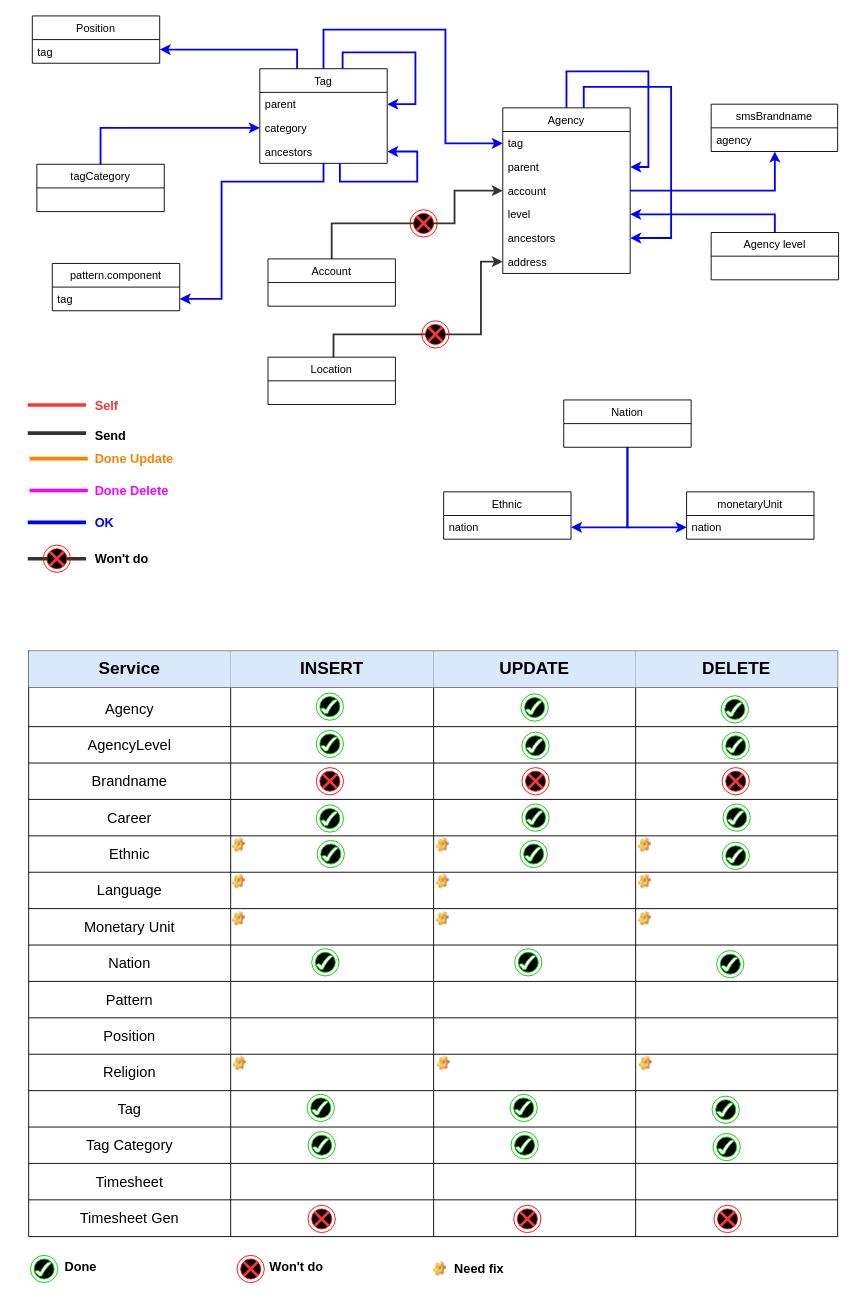
Before: directory.drawio in mitgaming/drawio, a draw.io diagram. Source tidied: cells renumbered, new cells numbered last; positions are measured from the earlier drawing's top-left corner, leaving out a move shared by most shapes. Both pictures are drawn from the tidied source at 91%, with x=0, y=0 at pixel (15, 15).
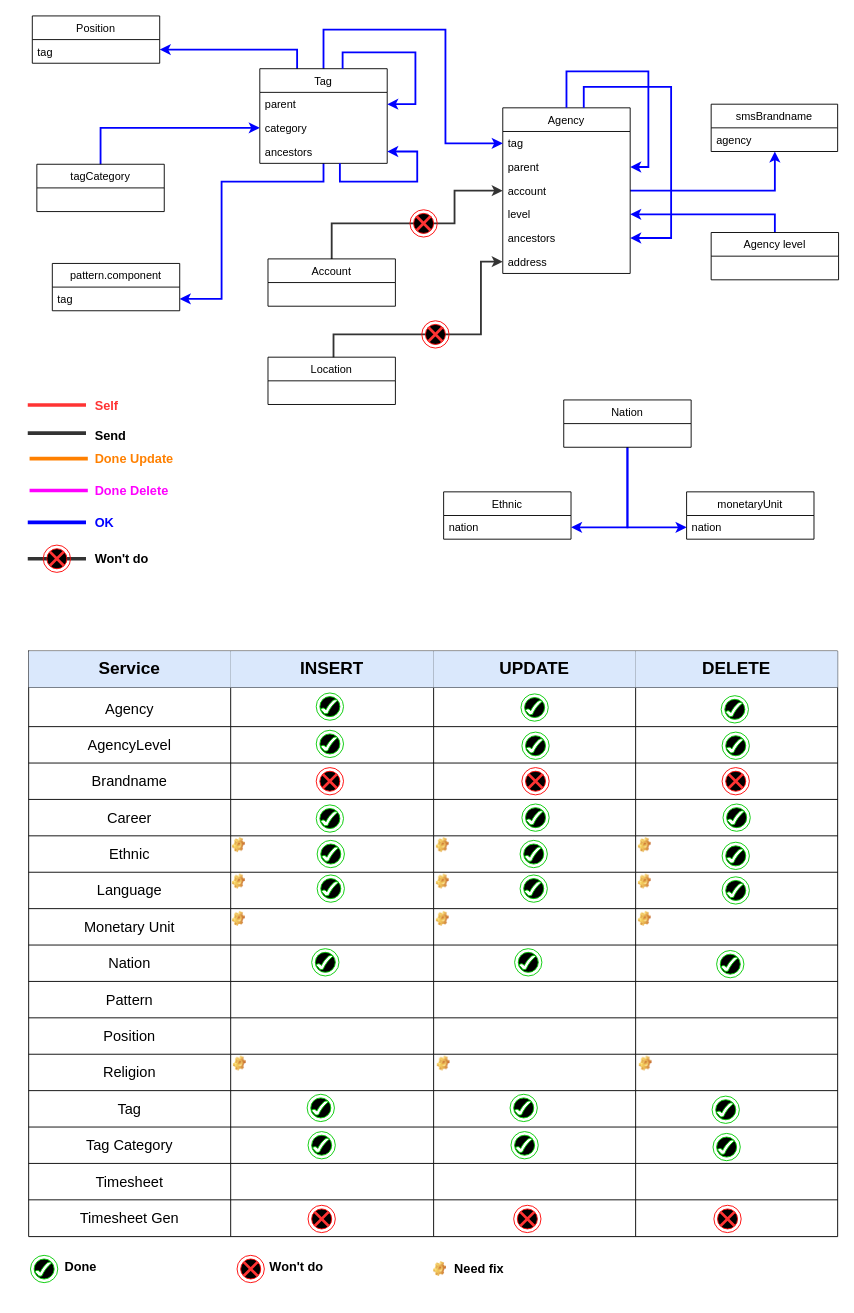
The same page after the edit.

Commit message (it also covers changes not shown here):
Cập nhật directory.drawio

The edit, as a diff of the source:
```diff
@@
+    <mxCell id="330" style="group;" parent="1" vertex="1">
+      <mxGeometry x="315" y="928" width="62" height="62" as="geometry" />
+    </mxCell>
+    <mxCell id="331" style="whiteSpace=wrap;html=1;fontSize=14;strokeColor=none;fillColor=none;" parent="330" vertex="1">
+      <mxGeometry width="62" height="62" as="geometry" />
+    </mxCell>
+    <mxCell id="332" style="group;" parent="330" vertex="1">
+      <mxGeometry x="16" y="16" width="30" height="30" as="geometry" />
+    </mxCell>
+    <mxCell id="333" style="group;" parent="332" vertex="1">
+      <mxGeometry width="30" height="30" as="geometry" />
+    </mxCell>
+    <mxCell id="334" style="ellipse;html=1;shape=endState;fillColor=#000000;fontColor=#FF00FF;align=left;strokeColor=#00CC00;" parent="333" vertex="1">
+      <mxGeometry width="30" height="30" as="geometry" />
+    </mxCell>
+    <mxCell id="335" style="verticalLabelPosition=bottom;verticalAlign=top;html=1;shape=mxgraph.basic.tick;strokeColor=#00CC00;fillColor=#FFFFFF;fontSize=14;" parent="333" vertex="1">
+      <mxGeometry x="5" y="7.2" width="18.2" height="15.8" as="geometry" />
+    </mxCell>
+    <mxCell id="336" style="group;" parent="1" vertex="1">
+      <mxGeometry x="538" y="928" width="62" height="62" as="geometry" />
+    </mxCell>
+    <mxCell id="337" style="whiteSpace=wrap;html=1;fontSize=14;strokeColor=none;fillColor=none;" parent="336" vertex="1">
+      <mxGeometry width="62" height="62" as="geometry" />
+    </mxCell>
+    <mxCell id="338" style="group;" parent="336" vertex="1">
+      <mxGeometry x="16" y="16" width="30" height="30" as="geometry" />
+    </mxCell>
+    <mxCell id="339" style="group;" parent="338" vertex="1">
+      <mxGeometry width="30" height="30" as="geometry" />
+    </mxCell>
+    <mxCell id="340" style="ellipse;html=1;shape=endState;fillColor=#000000;fontColor=#FF00FF;align=left;strokeColor=#00CC00;" parent="339" vertex="1">
+      <mxGeometry width="30" height="30" as="geometry" />
+    </mxCell>
+    <mxCell id="341" style="verticalLabelPosition=bottom;verticalAlign=top;html=1;shape=mxgraph.basic.tick;strokeColor=#00CC00;fillColor=#FFFFFF;fontSize=14;" parent="339" vertex="1">
+      <mxGeometry x="5" y="7.2" width="18.2" height="15.8" as="geometry" />
+    </mxCell>
+    <mxCell id="342" style="group;" parent="1" vertex="1">
+      <mxGeometry x="760" y="930" width="62" height="62" as="geometry" />
+    </mxCell>
+    <mxCell id="343" style="whiteSpace=wrap;html=1;fontSize=14;strokeColor=none;fillColor=none;" parent="342" vertex="1">
+      <mxGeometry width="62" height="62" as="geometry" />
+    </mxCell>
+    <mxCell id="344" style="group;" parent="342" vertex="1">
+      <mxGeometry x="16" y="16" width="30" height="30" as="geometry" />
+    </mxCell>
+    <mxCell id="345" style="group;" parent="344" vertex="1">
+      <mxGeometry width="30" height="30" as="geometry" />
+    </mxCell>
+    <mxCell id="346" style="ellipse;html=1;shape=endState;fillColor=#000000;fontColor=#FF00FF;align=left;strokeColor=#00CC00;" parent="345" vertex="1">
+      <mxGeometry width="30" height="30" as="geometry" />
+    </mxCell>
+    <mxCell id="347" style="verticalLabelPosition=bottom;verticalAlign=top;html=1;shape=mxgraph.basic.tick;strokeColor=#00CC00;fillColor=#FFFFFF;fontSize=14;" parent="345" vertex="1">
+      <mxGeometry x="5" y="7.2" width="18.2" height="15.8" as="geometry" />
+    </mxCell>
```
